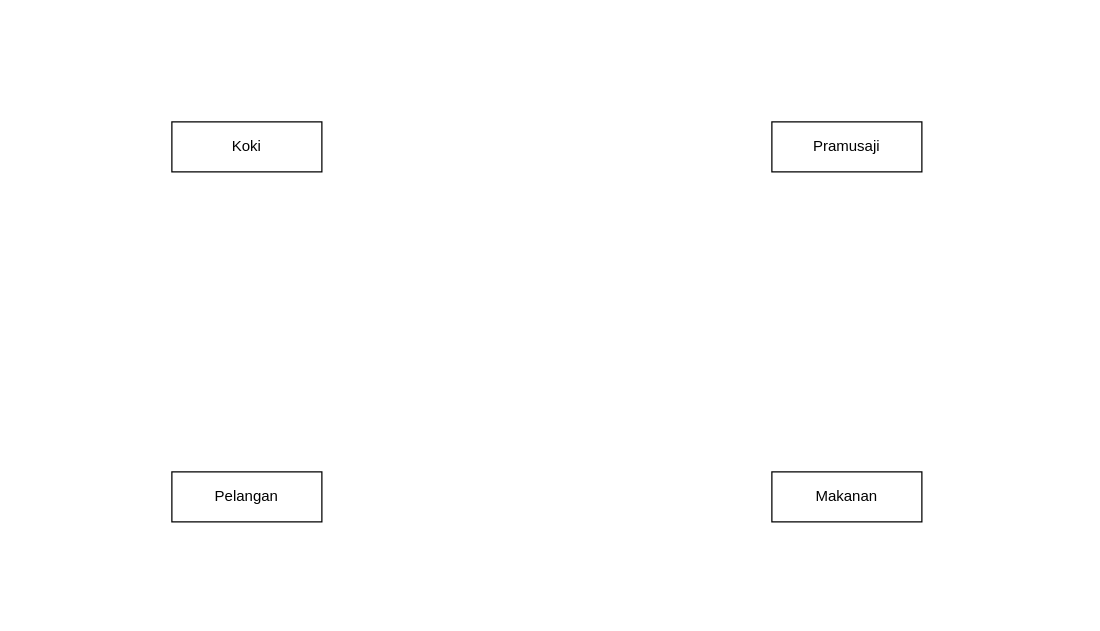
This is Diagram Tanpa Judul.drawio from AryAntara/source, a draw.io file, before an edit. Source tidied: cells renumbered, new cells numbered last; positions are measured from the earlier drawing's top-left corner, leaving out a move shared by most shapes. Both pictures are drawn from the tidied source at 125%, with x=0, y=0 at pixel (171, 121).
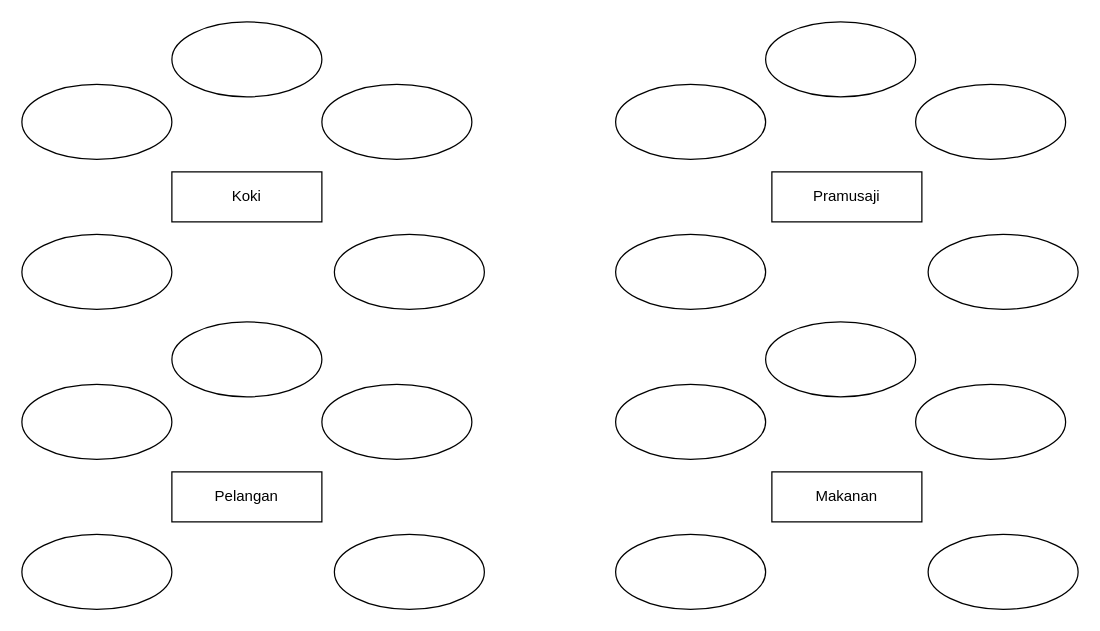
The same page after the edit.

What changed in the source:
```diff
@@
     <mxCell id="2" value="Koki" style="rounded=0;whiteSpace=wrap;html=1;" parent="1" vertex="1">
-      <mxGeometry width="120" height="40" as="geometry" />
+      <mxGeometry y="40" width="120" height="40" as="geometry" />
     </mxCell>
     <mxCell id="3" value="Pramusaji" style="rounded=0;whiteSpace=wrap;html=1;" parent="1" vertex="1">
-      <mxGeometry x="480" width="120" height="40" as="geometry" />
+      <mxGeometry x="480" y="40" width="120" height="40" as="geometry" />
     </mxCell>
@@
+    <mxCell id="6" style="ellipse;whiteSpace=wrap;html=1;" parent="1" vertex="1">
+      <mxGeometry x="-120" y="-30" width="120" height="60" as="geometry" />
+    </mxCell>
+    <mxCell id="7" style="ellipse;whiteSpace=wrap;html=1;" parent="1" vertex="1">
+      <mxGeometry x="-120" y="90" width="120" height="60" as="geometry" />
+    </mxCell>
+    <mxCell id="8" style="ellipse;whiteSpace=wrap;html=1;" parent="1" vertex="1">
+      <mxGeometry y="-80" width="120" height="60" as="geometry" />
+    </mxCell>
+    <mxCell id="9" style="ellipse;whiteSpace=wrap;html=1;" parent="1" vertex="1">
+      <mxGeometry x="120" y="-30" width="120" height="60" as="geometry" />
+    </mxCell>
+    <mxCell id="10" style="ellipse;whiteSpace=wrap;html=1;" parent="1" vertex="1">
+      <mxGeometry x="130" y="90" width="120" height="60" as="geometry" />
+    </mxCell>
+    <mxCell id="11" style="ellipse;whiteSpace=wrap;html=1;" parent="1" vertex="1">
+      <mxGeometry x="355" y="-30" width="120" height="60" as="geometry" />
+    </mxCell>
+    <mxCell id="12" style="ellipse;whiteSpace=wrap;html=1;" parent="1" vertex="1">
+      <mxGeometry x="355" y="90" width="120" height="60" as="geometry" />
+    </mxCell>
+    <mxCell id="13" style="ellipse;whiteSpace=wrap;html=1;" parent="1" vertex="1">
+      <mxGeometry x="475" y="-80" width="120" height="60" as="geometry" />
+    </mxCell>
+    <mxCell id="14" style="ellipse;whiteSpace=wrap;html=1;" parent="1" vertex="1">
+      <mxGeometry x="595" y="-30" width="120" height="60" as="geometry" />
+    </mxCell>
+    <mxCell id="15" style="ellipse;whiteSpace=wrap;html=1;" parent="1" vertex="1">
+      <mxGeometry x="605" y="90" width="120" height="60" as="geometry" />
+    </mxCell>
+    <mxCell id="16" style="ellipse;whiteSpace=wrap;html=1;" parent="1" vertex="1">
+      <mxGeometry x="-120" y="210" width="120" height="60" as="geometry" />
+    </mxCell>
+    <mxCell id="17" style="ellipse;whiteSpace=wrap;html=1;" parent="1" vertex="1">
+      <mxGeometry x="-120" y="330" width="120" height="60" as="geometry" />
+    </mxCell>
+    <mxCell id="18" style="ellipse;whiteSpace=wrap;html=1;" parent="1" vertex="1">
+      <mxGeometry y="160" width="120" height="60" as="geometry" />
+    </mxCell>
+    <mxCell id="19" style="ellipse;whiteSpace=wrap;html=1;" parent="1" vertex="1">
+      <mxGeometry x="120" y="210" width="120" height="60" as="geometry" />
+    </mxCell>
+    <mxCell id="20" style="ellipse;whiteSpace=wrap;html=1;" parent="1" vertex="1">
+      <mxGeometry x="130" y="330" width="120" height="60" as="geometry" />
+    </mxCell>
+    <mxCell id="21" style="ellipse;whiteSpace=wrap;html=1;" parent="1" vertex="1">
+      <mxGeometry x="355" y="210" width="120" height="60" as="geometry" />
+    </mxCell>
+    <mxCell id="22" style="ellipse;whiteSpace=wrap;html=1;" parent="1" vertex="1">
+      <mxGeometry x="355" y="330" width="120" height="60" as="geometry" />
+    </mxCell>
+    <mxCell id="23" style="ellipse;whiteSpace=wrap;html=1;" parent="1" vertex="1">
+      <mxGeometry x="475" y="160" width="120" height="60" as="geometry" />
+    </mxCell>
+    <mxCell id="24" style="ellipse;whiteSpace=wrap;html=1;" parent="1" vertex="1">
+      <mxGeometry x="595" y="210" width="120" height="60" as="geometry" />
+    </mxCell>
+    <mxCell id="25" style="ellipse;whiteSpace=wrap;html=1;" parent="1" vertex="1">
+      <mxGeometry x="605" y="330" width="120" height="60" as="geometry" />
+    </mxCell>
```
